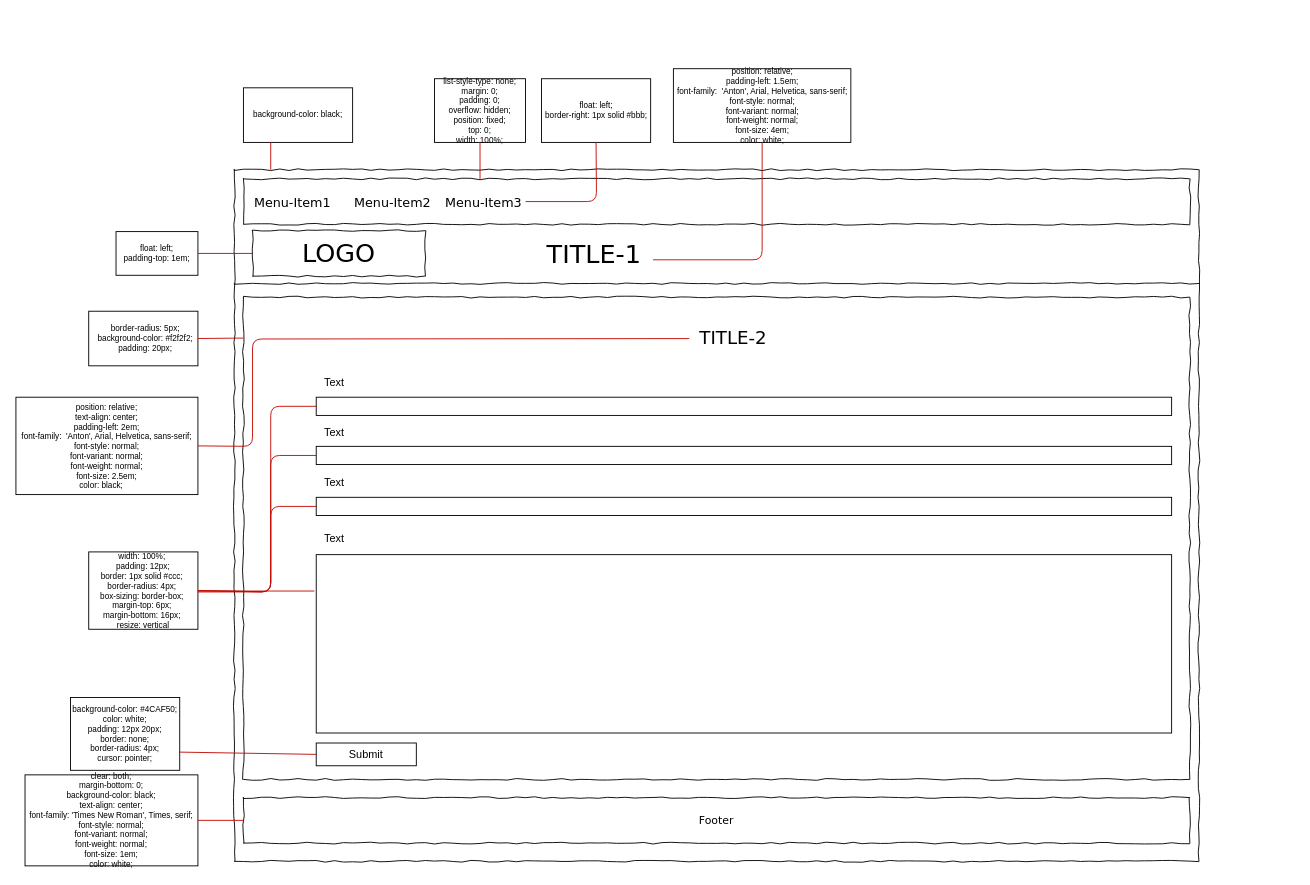
Above: documentation/Part4/contact-us.drawio in lu-dias/website--uol (draw.io), before the change. Source tidied: cells renumbered, new cells numbered last; positions are measured from the earlier drawing's top-left corner, leaving out a move shared by most shapes. Both pictures are drawn from the tidied source at 91%, with x=0, y=0 at pixel (15, 68).
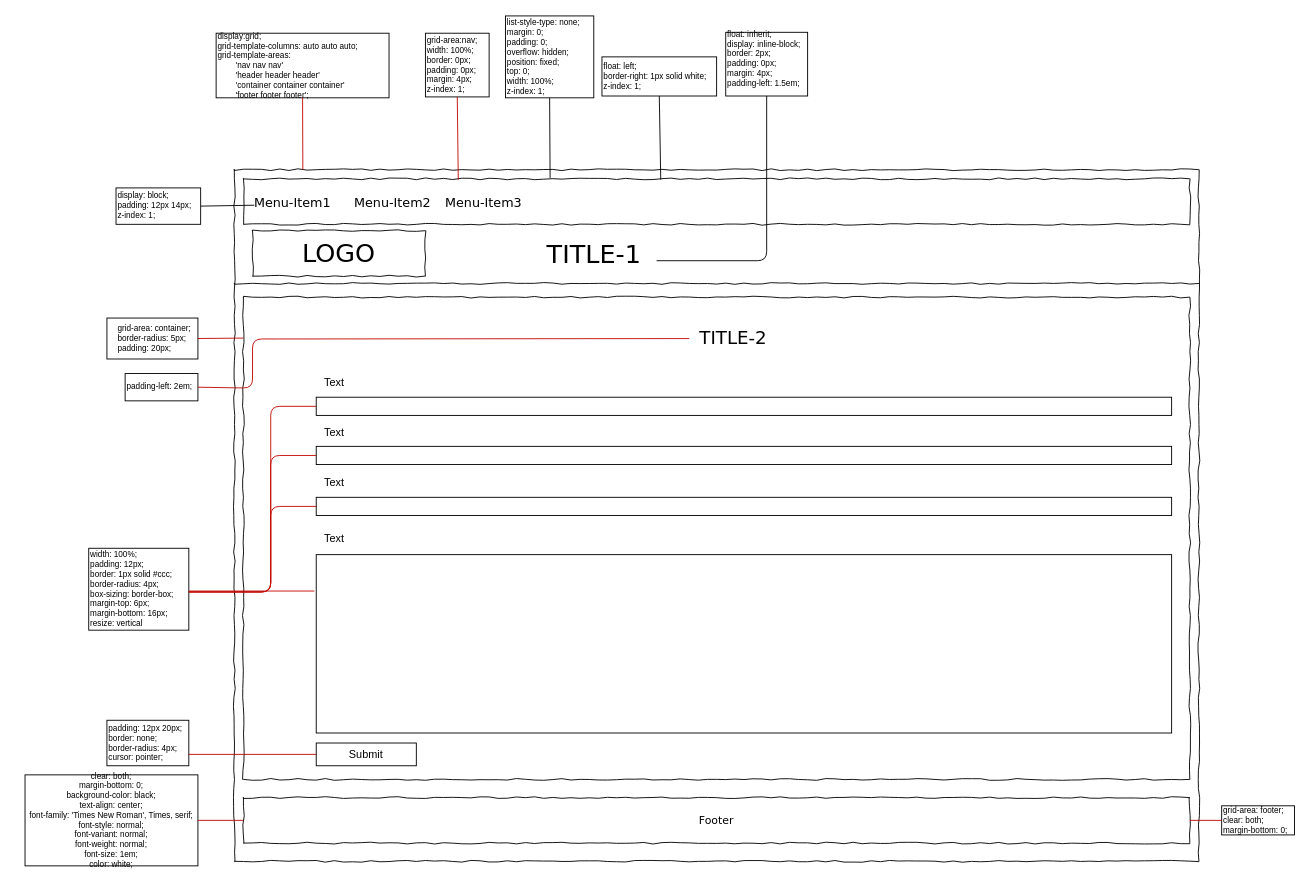
Above is the later version.

The change refers to these unchanged cells:
```xml
<mxCell id="5" value="LOGO" style="whiteSpace=wrap;html=1;rounded=0;shadow=0;labelBackgroundColor=none;strokeWidth=1;fontFamily=Verdana;fontSize=28;align=center;comic=1;" parent="1" vertex="1">
  <mxGeometry x="260" y="178" width="190" height="50" as="geometry" />
</mxCell>
<mxCell id="6" value="TITLE-1" style="text;html=1;points=[];align=center;verticalAlign=middle;spacingTop=-4;fontSize=28;fontFamily=Verdana;" parent="1" vertex="1">
  <mxGeometry x="570" y="181" width="130" height="50" as="geometry" />
</mxCell>
<mxCell id="8" style="whiteSpace=wrap;html=1;rounded=0;shadow=0;labelBackgroundColor=none;strokeWidth=1;fillColor=none;fontFamily=Verdana;fontSize=12;align=center;comic=1;" parent="1" vertex="1">
  <mxGeometry x="250" y="121" width="1040" height="50" as="geometry" />
</mxCell>
<mxCell id="11" value="Menu-Item3" style="text;html=1;points=[];align=left;verticalAlign=top;spacingTop=-4;fontSize=14;fontFamily=Verdana;" parent="1" vertex="1">
  <mxGeometry x="470" y="136" width="90" height="20" as="geometry" />
</mxCell>
<mxCell id="12" value="TITLE-2" style="text;html=1;points=[];align=center;verticalAlign=middle;spacingTop=-4;fontSize=20;fontFamily=Verdana;" parent="1" vertex="1">
  <mxGeometry x="740" y="271.5" width="95" height="50" as="geometry" />
</mxCell>
<mxCell id="31" style="rounded=0;whiteSpace=wrap;html=1;" parent="1" vertex="1">
  <mxGeometry x="330" y="361" width="940" height="20" as="geometry" />
</mxCell>
<mxCell id="32" style="rounded=0;whiteSpace=wrap;html=1;" parent="1" vertex="1">
  <mxGeometry x="330" y="415" width="940" height="20" as="geometry" />
</mxCell>
<mxCell id="33" style="rounded=0;whiteSpace=wrap;html=1;" parent="1" vertex="1">
  <mxGeometry x="330" y="471" width="940" height="20" as="geometry" />
</mxCell>
```

The edit, as a diff of the source:
```diff
@@
-    <mxCell id="14" value="&lt;div&gt;list-style-type: none;&lt;/div&gt;&lt;div&gt;margin: 0;&lt;/div&gt;&lt;div&gt;padding: 0;&lt;/div&gt;&lt;div&gt;overflow: hidden;&lt;/div&gt;&lt;div&gt;position: fixed;&lt;/div&gt;&lt;div&gt;top: 0;&lt;/div&gt;&lt;div&gt;width: 100%;&lt;/div&gt;" style="rounded=0;whiteSpace=wrap;html=1;fontSize=9;align=center;" parent="1" vertex="1">
-      <mxGeometry x="460" y="11" width="100" height="70" as="geometry" />
-    </mxCell>
-    <mxCell id="15" style="endArrow=none;html=1;fontSize=16;entryX=0.5;entryY=1;entryDx=0;entryDy=0;exitX=0.25;exitY=0;exitDx=0;exitDy=0;fontColor=#C20802;strokeColor=#C20802;" parent="1" edge="1" source="8" target="14">
-      <mxGeometry relative="1" as="geometry" />
-    </mxCell>
-    <mxCell id="16" value="background-color: black;" style="rounded=0;whiteSpace=wrap;html=1;fontSize=9;align=center;" parent="1" vertex="1">
-      <mxGeometry x="250" y="21" width="120" height="60" as="geometry" />
-    </mxCell>
-    <mxCell id="17" style="endArrow=none;html=1;fontSize=16;entryX=0.25;entryY=1;entryDx=0;entryDy=0;fontColor=#C20802;strokeColor=#C20802;comic=0;" parent="1" edge="1" target="16">
-      <mxGeometry relative="1" as="geometry">
-        <mxPoint x="280" y="111" as="sourcePoint" />
-      </mxGeometry>
-    </mxCell>
-    <mxCell id="18" value="&lt;div&gt;float: left;&lt;/div&gt;&lt;div&gt;border-right: 1px solid #bbb;&lt;/div&gt;" style="rounded=0;whiteSpace=wrap;html=1;fontSize=9;align=center;" parent="1" vertex="1">
-      <mxGeometry x="577.5" y="11" width="120" height="70" as="geometry" />
-    </mxCell>
-    <mxCell id="19" style="endArrow=none;html=1;fontSize=16;entryX=0.5;entryY=1;entryDx=0;entryDy=0;fontColor=#C20802;strokeColor=#C20802;" parent="1" edge="1" source="11" target="18">
-      <mxGeometry relative="1" as="geometry">
-        <Array as="points">
-          <mxPoint x="638" y="146" />
-        </Array>
-      </mxGeometry>
-    </mxCell>
-    <mxCell id="20" value="&lt;div&gt;float: left;&lt;/div&gt;&lt;div&gt;padding-top: 1em;&lt;/div&gt;" style="rounded=0;whiteSpace=wrap;html=1;fontSize=9;align=center;" parent="1" vertex="1">
-      <mxGeometry x="110" y="179" width="90" height="48" as="geometry" />
-    </mxCell>
-    <mxCell id="21" style="endArrow=none;html=1;fontSize=16;entryX=1;entryY=0.5;entryDx=0;entryDy=0;exitX=0;exitY=0.5;exitDx=0;exitDy=0;fontColor=#C20802;strokeColor=#C20802;" parent="1" edge="1" source="5" target="20">
-      <mxGeometry relative="1" as="geometry" />
-    </mxCell>
-    <mxCell id="22" value="&lt;div&gt;position: relative;&lt;/div&gt;&lt;div&gt;padding-left: 1.5em;&lt;/div&gt;&lt;div&gt;font-family:&amp;nbsp; 'Anton', Arial, Helvetica, sans-serif;&lt;/div&gt;&lt;div&gt;font-style: normal;&lt;/div&gt;&lt;div&gt;font-variant: normal;&lt;/div&gt;&lt;div&gt;font-weight: normal;&lt;/div&gt;&lt;div&gt;font-size: 4em;&lt;/div&gt;&lt;div&gt;color: white;&lt;/div&gt;" style="rounded=0;whiteSpace=wrap;html=1;fontSize=9;align=center;" parent="1" vertex="1">
-      <mxGeometry x="722.5" width="195" height="81" as="geometry" />
-    </mxCell>
-    <mxCell id="23" style="endArrow=none;html=1;fontSize=16;entryX=0.5;entryY=1;entryDx=0;entryDy=0;exitX=1;exitY=0.58;exitDx=0;exitDy=0;exitPerimeter=0;fontColor=#C20802;strokeColor=#C20802;" parent="1" edge="1" source="6" target="22">
-      <mxGeometry relative="1" as="geometry">
-        <Array as="points">
-          <mxPoint x="820" y="210" />
-        </Array>
-      </mxGeometry>
-    </mxCell>
-    <mxCell id="24" value="&lt;div&gt;position: relative;&lt;/div&gt;&lt;div&gt;text-align: center;&lt;/div&gt;&lt;div&gt;padding-left: 2em;&lt;/div&gt;&lt;div&gt;font-family:&amp;nbsp; 'Anton', Arial, Helvetica, sans-serif;&lt;/div&gt;&lt;div&gt;font-style: normal;&lt;/div&gt;&lt;div&gt;font-variant: normal;&lt;/div&gt;&lt;div&gt;font-weight: normal;&lt;/div&gt;&lt;div&gt;font-size: 2.5em;&lt;/div&gt;&lt;div&gt;color: black;&lt;span style=&quot;white-space: pre&quot;&gt;&#9;&lt;/span&gt;&lt;/div&gt;" style="rounded=0;whiteSpace=wrap;html=1;fontSize=9;align=center;" parent="1" vertex="1">
-      <mxGeometry y="361" width="200" height="107" as="geometry" />
+    <mxCell id="24" value="padding-left: 2em;" style="rounded=0;whiteSpace=wrap;html=1;fontSize=9;align=left;" parent="1" vertex="1">
+      <mxGeometry x="120" y="335" width="80" height="30" as="geometry" />
     </mxCell>
     <mxCell id="25" style="endArrow=none;html=1;fontSize=16;entryX=1;entryY=0.5;entryDx=0;entryDy=0;fontColor=#C20802;strokeColor=#C20802;" parent="1" edge="1" source="12" target="24">
       <mxGeometry relative="1" as="geometry">
         <Array as="points">
           <mxPoint x="300" y="297" />
           <mxPoint x="260" y="297" />
-          <mxPoint x="260" y="415" />
+          <mxPoint x="260" y="351" />
         </Array>
       </mxGeometry>
     </mxCell>
-    <mxCell id="26" value="&lt;div&gt;width: 100%;&amp;nbsp;&lt;/div&gt;&lt;div&gt;padding: 12px;&lt;/div&gt;&lt;div&gt;border: 1px solid #ccc;&amp;nbsp;&lt;/div&gt;&lt;div&gt;border-radius: 4px;&amp;nbsp;&lt;/div&gt;&lt;div&gt;box-sizing: border-box;&amp;nbsp;&lt;/div&gt;&lt;div&gt;margin-top: 6px;&amp;nbsp;&lt;/div&gt;&lt;div&gt;margin-bottom: 16px;&amp;nbsp;&lt;/div&gt;&lt;div&gt;resize: vertical&lt;/div&gt;" style="rounded=0;whiteSpace=wrap;html=1;fontSize=9;align=center;" parent="1" vertex="1">
-      <mxGeometry x="80" y="531" width="120" height="85" as="geometry" />
+    <mxCell id="26" value="&lt;div&gt;width: 100%;&amp;nbsp;&lt;/div&gt;&lt;div&gt;padding: 12px;&lt;/div&gt;&lt;div&gt;border: 1px solid #ccc;&amp;nbsp;&lt;/div&gt;&lt;div&gt;border-radius: 4px;&lt;/div&gt;&lt;div&gt;box-sizing: border-box;&lt;/div&gt;&lt;div&gt;margin-top: 6px;&lt;/div&gt;&lt;div&gt;margin-bottom: 16px;&lt;/div&gt;&lt;div&gt;resize: vertical&amp;nbsp;&lt;/div&gt;" style="rounded=0;whiteSpace=wrap;html=1;fontSize=9;align=left;" parent="1" vertex="1">
+      <mxGeometry x="80" y="527" width="110" height="90" as="geometry" />
     </mxCell>
@@
-    <mxCell id="29" value="&lt;div&gt;&amp;nbsp; border-radius: 5px;&lt;/div&gt;&lt;div&gt;&amp;nbsp; background-color: #f2f2f2;&lt;/div&gt;&lt;div&gt;&amp;nbsp; padding: 20px;&lt;/div&gt;" style="rounded=0;whiteSpace=wrap;html=1;fontSize=9;align=center;" parent="1" vertex="1">
-      <mxGeometry x="80" y="266.5" width="120" height="60" as="geometry" />
+    <mxCell id="29" value="&lt;div&gt;&amp;nbsp; &amp;nbsp; grid-area: container;&lt;/div&gt;&lt;div&gt;&amp;nbsp; &amp;nbsp; border-radius: 5px;&lt;/div&gt;&lt;div&gt;&amp;nbsp; &amp;nbsp;&amp;nbsp;&lt;span&gt;padding: 20px;&lt;/span&gt;&lt;/div&gt;" style="rounded=0;whiteSpace=wrap;html=1;fontSize=9;align=left;" parent="1" vertex="1">
+      <mxGeometry x="100" y="274" width="100" height="45" as="geometry" />
     </mxCell>
@@
     <mxCell id="39" style="endArrow=none;html=1;fontSize=16;entryX=0;entryY=0.5;entryDx=0;entryDy=0;fontColor=#C20802;strokeColor=#C20802;comic=0;" parent="1" edge="1" target="31">
       <mxGeometry relative="1" as="geometry">
-        <mxPoint x="200" y="575" as="sourcePoint" />
+        <mxPoint x="190" y="575" as="sourcePoint" />
         <Array as="points">
           <mxPoint x="280" y="575" />
           <mxPoint x="280" y="371" />
         </Array>
       </mxGeometry>
     </mxCell>
-    <mxCell id="40" style="endArrow=none;html=1;fontSize=16;entryX=0;entryY=0.5;entryDx=0;entryDy=0;fontColor=#C20802;strokeColor=#C20802;comic=0;exitX=1;exitY=0.5;exitDx=0;exitDy=0;" parent="1" edge="1" source="26" target="32">
+    <mxCell id="40" style="endArrow=none;html=1;fontSize=16;entryX=0;entryY=0.5;entryDx=0;entryDy=0;fontColor=#C20802;strokeColor=#C20802;comic=0;" parent="1" edge="1" target="32">
       <mxGeometry relative="1" as="geometry">
+        <mxPoint x="190" y="575" as="sourcePoint" />
         <Array as="points">
           <mxPoint x="280" y="575" />
           <mxPoint x="280" y="425" />
         </Array>
       </mxGeometry>
     </mxCell>
-    <mxCell id="41" style="endArrow=none;html=1;fontSize=16;entryX=0;entryY=0.5;entryDx=0;entryDy=0;fontColor=#C20802;strokeColor=#C20802;comic=0;exitX=1;exitY=0.5;exitDx=0;exitDy=0;" parent="1" edge="1" source="26" target="33">
+    <mxCell id="41" style="endArrow=none;html=1;fontSize=16;entryX=0;entryY=0.5;entryDx=0;entryDy=0;fontColor=#C20802;strokeColor=#C20802;comic=0;" parent="1" edge="1" target="33">
       <mxGeometry relative="1" as="geometry">
+        <mxPoint x="190" y="575" as="sourcePoint" />
         <Array as="points">
           <mxPoint x="280" y="575" />
           <mxPoint x="280" y="481" />
         </Array>
       </mxGeometry>
     </mxCell>
     <mxCell id="42" style="endArrow=none;html=1;fontSize=16;fontColor=#C20802;strokeColor=#C20802;comic=0;" parent="1" edge="1">
       <mxGeometry relative="1" as="geometry">
-        <mxPoint x="200" y="574" as="sourcePoint" />
+        <mxPoint x="190" y="574" as="sourcePoint" />
         <mxPoint x="328" y="574" as="targetPoint" />
       </mxGeometry>
     </mxCell>
-    <mxCell id="43" value="&lt;div&gt;background-color: #4CAF50;&lt;/div&gt;&lt;div&gt;color: white;&lt;/div&gt;&lt;div&gt;padding: 12px 20px;&lt;/div&gt;&lt;div&gt;border: none;&lt;/div&gt;&lt;div&gt;border-radius: 4px;&lt;/div&gt;&lt;div&gt;cursor: pointer;&lt;/div&gt;" style="rounded=0;whiteSpace=wrap;html=1;fontSize=9;align=center;" parent="1" vertex="1">
-      <mxGeometry x="60" y="691" width="120" height="80" as="geometry" />
+    <mxCell id="43" value="&lt;div&gt;&lt;span&gt;padding: 12px 20px;&lt;/span&gt;&lt;br&gt;&lt;/div&gt;&lt;div&gt;border: none;&lt;/div&gt;&lt;div&gt;border-radius: 4px;&lt;/div&gt;&lt;div&gt;cursor: pointer;&lt;/div&gt;" style="rounded=0;whiteSpace=wrap;html=1;fontSize=9;align=left;" parent="1" vertex="1">
+      <mxGeometry x="100" y="716" width="90" height="50" as="geometry" />
     </mxCell>
@@
+    <mxCell id="45" value="&lt;div&gt;display:grid;&lt;/div&gt;&lt;div&gt;grid-template-columns: auto auto auto;&lt;/div&gt;&lt;div&gt;grid-template-areas:&lt;/div&gt;&lt;div&gt;&amp;nbsp; &amp;nbsp; &amp;nbsp; &amp;nbsp; 'nav nav nav'&lt;/div&gt;&lt;div&gt;&amp;nbsp; &amp;nbsp; &amp;nbsp; &amp;nbsp; 'header header header'&lt;/div&gt;&lt;div&gt;&amp;nbsp; &amp;nbsp; &amp;nbsp; &amp;nbsp; 'container container container'&lt;/div&gt;&lt;div&gt;&amp;nbsp; &amp;nbsp; &amp;nbsp; &amp;nbsp; 'footer footer footer';&lt;/div&gt;" style="rounded=0;whiteSpace=wrap;html=1;fontSize=9;align=left;shadow=0;" parent="1" vertex="1">
+      <mxGeometry x="220" y="-39" width="190" height="71" as="geometry" />
+    </mxCell>
+    <mxCell id="46" style="endArrow=none;html=1;fontSize=16;entryX=0.5;entryY=1;entryDx=0;entryDy=0;fontColor=#C20802;strokeColor=#C20802;exitX=0.071;exitY=0;exitDx=0;exitDy=0;exitPerimeter=0;" parent="1" edge="1" target="45">
+      <mxGeometry relative="1" as="geometry">
+        <mxPoint x="315.3" y="111" as="sourcePoint" />
+      </mxGeometry>
+    </mxCell>
+    <mxCell id="47" value="&lt;div&gt;grid-area:nav;&lt;/div&gt;&lt;div&gt;width: 100%;&lt;/div&gt;&lt;div&gt;border: 0px;&lt;/div&gt;&lt;div&gt;padding: 0px;&lt;/div&gt;&lt;div&gt;margin: 4px;&lt;/div&gt;&lt;div&gt;z-index: 1;&lt;/div&gt;" style="rounded=0;whiteSpace=wrap;html=1;fontSize=9;align=left;" parent="1" vertex="1">
+      <mxGeometry x="450" y="-39" width="70" height="70" as="geometry" />
+    </mxCell>
+    <mxCell id="48" style="endArrow=none;html=1;fontSize=16;entryX=0.5;entryY=1;entryDx=0;entryDy=0;fontColor=#C20802;strokeColor=#C20802;exitX=0.227;exitY=0.02;exitDx=0;exitDy=0;exitPerimeter=0;" parent="1" edge="1" target="47">
+      <mxGeometry relative="1" as="geometry">
+        <mxPoint x="486.1" y="122" as="sourcePoint" />
+      </mxGeometry>
+    </mxCell>
+    <mxCell id="49" style="endArrow=none;html=1;exitX=0.324;exitY=-0.02;exitDx=0;exitDy=0;exitPerimeter=0;entryX=0.5;entryY=1;entryDx=0;entryDy=0;" parent="1" edge="1" target="50">
+      <mxGeometry relative="1" as="geometry">
+        <mxPoint x="587" y="120" as="sourcePoint" />
+      </mxGeometry>
+    </mxCell>
+    <mxCell id="50" value="&lt;div&gt;list-style-type: none;&lt;/div&gt;&lt;div&gt;margin: 0;&lt;/div&gt;&lt;div&gt;padding: 0;&lt;/div&gt;&lt;div&gt;overflow: hidden;&lt;/div&gt;&lt;div&gt;position: fixed;&lt;/div&gt;&lt;div&gt;top: 0;&lt;/div&gt;&lt;div&gt;width: 100%;&lt;/div&gt;&lt;div&gt;&lt;span&gt;z-index: 1;&lt;/span&gt;&lt;/div&gt;" style="rounded=0;whiteSpace=wrap;html=1;fontSize=9;align=left;" parent="1" vertex="1">
+      <mxGeometry x="538" y="-58" width="97" height="90" as="geometry" />
+    </mxCell>
+    <mxCell id="51" style="endArrow=none;html=1;entryX=0.5;entryY=1;entryDx=0;entryDy=0;exitX=0.441;exitY=0.02;exitDx=0;exitDy=0;exitPerimeter=0;" parent="1" edge="1" target="52">
+      <mxGeometry relative="1" as="geometry">
+        <mxPoint x="708.6" y="122" as="sourcePoint" />
+      </mxGeometry>
+    </mxCell>
+    <mxCell id="52" value="&lt;div&gt;float: left;&lt;/div&gt;&lt;div&gt;border-right: 1px solid white;&lt;/div&gt;&lt;div&gt;z-index: 1;&lt;/div&gt;" style="rounded=0;whiteSpace=wrap;html=1;fontSize=9;align=left;" parent="1" vertex="1">
+      <mxGeometry x="644" y="-13" width="126" height="43" as="geometry" />
+    </mxCell>
+    <mxCell id="53" style="endArrow=none;html=1;entryX=0.5;entryY=1;entryDx=0;entryDy=0;exitX=1.031;exitY=0.6;exitDx=0;exitDy=0;exitPerimeter=0;" parent="1" edge="1" target="54">
+      <mxGeometry relative="1" as="geometry">
+        <mxPoint x="704" y="211" as="sourcePoint" />
+        <Array as="points">
+          <mxPoint x="825" y="211" />
+        </Array>
+      </mxGeometry>
+    </mxCell>
+    <mxCell id="54" value="&lt;div&gt;float: inherit;&lt;/div&gt;&lt;div&gt;display: inline-block;&lt;/div&gt;&lt;div&gt;border: 2px;&lt;/div&gt;&lt;div&gt;padding: 0px;&lt;/div&gt;&lt;div&gt;margin: 4px;&lt;/div&gt;&lt;div&gt;padding-left: 1.5em;&amp;nbsp;&lt;/div&gt;&lt;div&gt;&lt;br&gt;&lt;/div&gt;" style="rounded=0;whiteSpace=wrap;html=1;fontSize=9;align=left;" parent="1" vertex="1">
+      <mxGeometry x="780" y="-40" width="90" height="70" as="geometry" />
+    </mxCell>
+    <mxCell id="55" value="&lt;div&gt;grid-area: footer;&lt;/div&gt;&lt;div&gt;clear: both;&lt;/div&gt;&lt;div&gt;margin-bottom: 0;&lt;/div&gt;" style="rounded=0;whiteSpace=wrap;html=1;fontSize=9;align=left;" parent="1" vertex="1">
+      <mxGeometry x="1325" y="810" width="80" height="32" as="geometry" />
+    </mxCell>
+    <mxCell id="56" style="endArrow=none;html=1;fontSize=16;entryX=0;entryY=0.5;entryDx=0;entryDy=0;fontColor=#C20802;strokeColor=#C20802;comic=0;" parent="1" edge="1" target="55">
+      <mxGeometry relative="1" as="geometry">
+        <mxPoint x="1290" y="826" as="sourcePoint" />
+      </mxGeometry>
+    </mxCell>
+    <mxCell id="57" style="endArrow=none;html=1;entryX=1;entryY=0.5;entryDx=0;entryDy=0;exitX=0.022;exitY=0.7;exitDx=0;exitDy=0;exitPerimeter=0;" parent="1" edge="1" target="58">
+      <mxGeometry relative="1" as="geometry">
+        <mxPoint x="262" y="150" as="sourcePoint" />
+      </mxGeometry>
+    </mxCell>
+    <mxCell id="58" value="&lt;div&gt;display: block;&lt;/div&gt;&lt;div&gt;&lt;span&gt;padding: 12px 14px;&lt;/span&gt;&lt;br&gt;&lt;/div&gt;&lt;div&gt;&lt;span&gt;z-index: 1;&lt;/span&gt;&lt;br&gt;&lt;/div&gt;" style="rounded=0;whiteSpace=wrap;html=1;fontSize=9;align=left;" parent="1" vertex="1">
+      <mxGeometry x="110" y="131" width="93" height="40" as="geometry" />
+    </mxCell>
```
